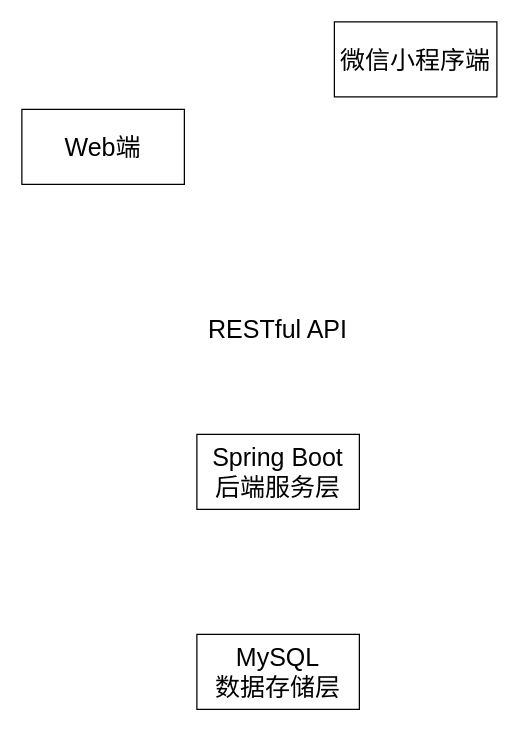
Before: 功能模块图.drawio in lyb040701/draw, a draw.io diagram. Source tidied: cells renumbered, new cells numbered last; positions are measured from the earlier drawing's top-left corner, leaving out a move shared by most shapes. Both pictures are drawn from the tidied source at 125%, with x=0, y=0 at pixel (21, 21).
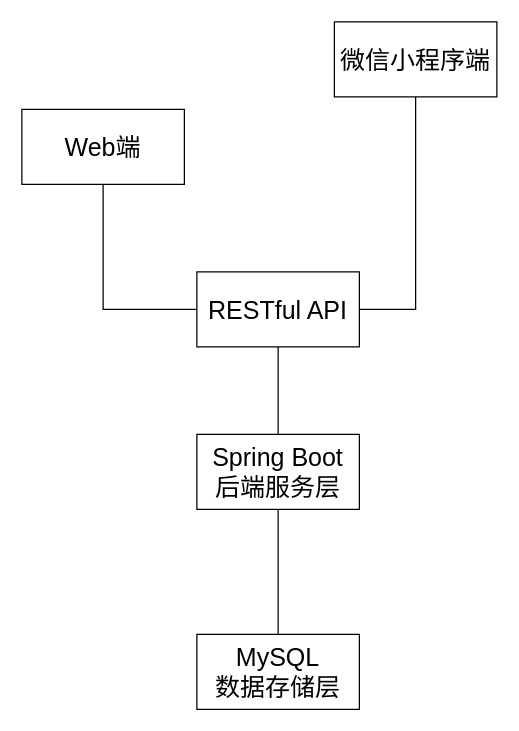
After the change.

Commit message (it also covers changes not shown here):
更新功能模块图.drawio

What changed in the source:
```diff
@@
 <mxGraphModel>
   <root>
     <mxCell id="0" />
     <mxCell id="1" parent="0" />
     <mxCell id="2" value="&lt;font style=&quot;font-size: 20px;&quot;&gt;微信小程序端&lt;/font&gt;" style="rounded=0;whiteSpace=wrap;html=1;" parent="1" vertex="1">
       <mxGeometry x="250" width="130" height="60" as="geometry" />
     </mxCell>
+    <mxCell id="7" style="edgeStyle=orthogonalEdgeStyle;rounded=0;jettySize=auto;html=1;exitX=0.5;exitY=1;exitDx=0;exitDy=0;entryX=0;entryY=0.5;entryDx=0;entryDy=0;endArrow=none;endFill=0;" parent="1" edge="1" source="3" target="6">
+      <mxGeometry relative="1" as="geometry" />
+    </mxCell>
     <mxCell id="3" value="&lt;font style=&quot;font-size: 20px;&quot;&gt;Web端&lt;/font&gt;" style="rounded=0;whiteSpace=wrap;html=1;" parent="1" vertex="1">
       <mxGeometry y="70" width="130" height="60" as="geometry" />
     </mxCell>
+    <mxCell id="8" style="edgeStyle=orthogonalEdgeStyle;rounded=0;jettySize=auto;html=1;exitX=0.5;exitY=1;exitDx=0;exitDy=0;entryX=0.5;entryY=0;entryDx=0;entryDy=0;endArrow=none;endFill=0;" parent="1" edge="1" source="4" target="5">
+      <mxGeometry relative="1" as="geometry" />
+    </mxCell>
     <mxCell id="4" value="&lt;font style=&quot;font-size: 20px;&quot;&gt;Spring Boot&lt;/font&gt;&lt;div&gt;&lt;span style=&quot;font-size: 20px;&quot;&gt;后端服务层&lt;/span&gt;&lt;/div&gt;" style="rounded=0;whiteSpace=wrap;html=1;" parent="1" vertex="1">
       <mxGeometry x="140" y="330" width="130" height="60" as="geometry" />
     </mxCell>
     <mxCell id="5" value="&lt;font style=&quot;font-size: 20px;&quot;&gt;MySQL&lt;/font&gt;&lt;div&gt;&lt;span style=&quot;font-size: 20px;&quot;&gt;数据存储层&lt;/span&gt;&lt;/div&gt;" style="rounded=0;whiteSpace=wrap;html=1;" parent="1" vertex="1">
       <mxGeometry x="140" y="490" width="130" height="60" as="geometry" />
     </mxCell>
+    <mxCell id="9" style="rounded=0;jettySize=auto;html=1;exitX=0.5;exitY=1;exitDx=0;exitDy=0;entryX=0.5;entryY=0;entryDx=0;entryDy=0;endArrow=none;endFill=0;" parent="1" edge="1" target="4">
+      <mxGeometry relative="1" as="geometry">
+        <mxPoint x="205" y="260" as="sourcePoint" />
+      </mxGeometry>
+    </mxCell>
+    <mxCell id="10" style="edgeStyle=orthogonalEdgeStyle;rounded=0;jettySize=auto;html=1;exitX=1;exitY=0.5;exitDx=0;exitDy=0;entryX=0.5;entryY=1;entryDx=0;entryDy=0;endArrow=none;endFill=0;" parent="1" edge="1" source="6" target="2">
+      <mxGeometry relative="1" as="geometry" />
+    </mxCell>
-    <mxCell id="6" value="&lt;font style=&quot;font-size: 20px;&quot;&gt;RESTful API&lt;/font&gt;" style="text;html=1;whiteSpace=wrap;strokeColor=none;fillColor=none;align=center;verticalAlign=middle;rounded=0;" parent="1" vertex="1">
-      <mxGeometry x="145" y="230" width="120" height="30" as="geometry" />
+    <mxCell id="6" value="&lt;span style=&quot;font-size: 20px;&quot;&gt;RESTful API&lt;/span&gt;" style="rounded=0;whiteSpace=wrap;html=1;" parent="1" vertex="1">
+      <mxGeometry x="140" y="200" width="130" height="60" as="geometry" />
     </mxCell>
   </root>
 </mxGraphModel>
```
